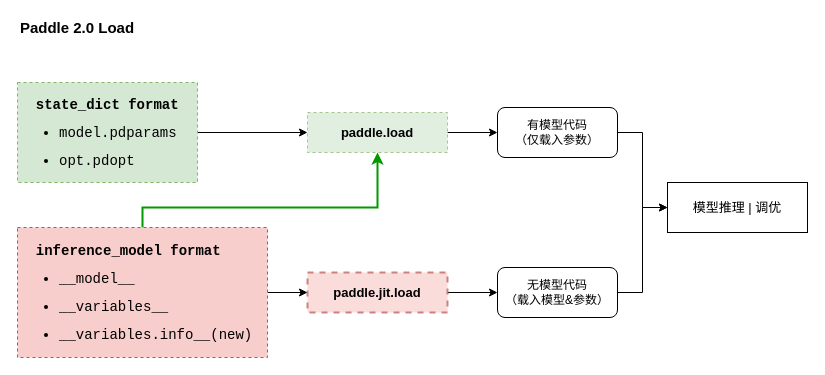
This is page "load2.0" (6 of 6) of save-load.drawio from chenwhql/diagrams, a draw.io file, before an edit. Source tidied: cells renumbered, new cells numbered last; positions are measured from the earlier drawing's top-left corner, leaving out a move shared by most shapes. Both pictures are drawn from the tidied source at 100%, with x=0, y=0 at pixel (17, 17).
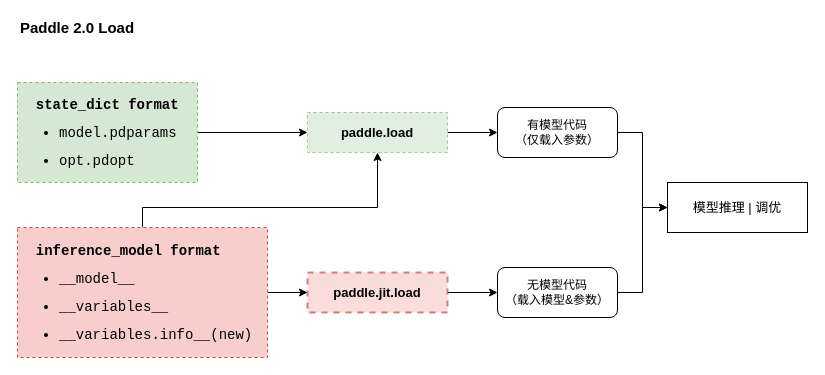
Above is the later version.

Change to the diagram source:
```diff
@@
 <mxGraphModel>
   <root>
     <mxCell id="0" />
     <mxCell id="1" parent="0" />
     <mxCell id="2" style="edgeStyle=orthogonalEdgeStyle;rounded=0;jettySize=auto;html=1;exitX=1;exitY=0.5;exitDx=0;exitDy=0;entryX=0;entryY=0.5;entryDx=0;entryDy=0;fontSize=15;" parent="1" edge="1" source="3" target="13">
       <mxGeometry relative="1" as="geometry" />
     </mxCell>
     <mxCell id="3" value="&lt;span&gt;paddle.load&lt;/span&gt;" style="rounded=0;whiteSpace=wrap;html=1;dashed=1;fontSize=13;opacity=70;fillColor=#d5e8d4;strokeColor=#82b366;fontStyle=1;" parent="1" vertex="1">
       <mxGeometry x="290" y="95" width="140" height="40" as="geometry" />
     </mxCell>
     <mxCell id="4" style="edgeStyle=orthogonalEdgeStyle;rounded=0;jettySize=auto;html=1;exitX=1;exitY=0.5;exitDx=0;exitDy=0;fontSize=15;" parent="1" edge="1" source="5" target="15">
       <mxGeometry relative="1" as="geometry" />
     </mxCell>
     <mxCell id="5" value="&lt;span&gt;paddle.jit.load&lt;/span&gt;" style="rounded=0;whiteSpace=wrap;html=1;dashed=1;fontSize=13;opacity=70;fillColor=#f8cecc;strokeColor=#b85450;strokeWidth=2;fontStyle=1;" parent="1" vertex="1">
       <mxGeometry x="290" y="255" width="140" height="40" as="geometry" />
     </mxCell>
     <mxCell id="6" value="Paddle 2.0 Load" style="text;html=1;strokeColor=none;fillColor=none;align=center;verticalAlign=middle;whiteSpace=wrap;rounded=0;dashed=1;fontSize=15;opacity=70;fontStyle=1;" parent="1" vertex="1">
       <mxGeometry width="120" height="20" as="geometry" />
     </mxCell>
     <mxCell id="7" style="edgeStyle=orthogonalEdgeStyle;rounded=0;jettySize=auto;html=1;exitX=1;exitY=0.5;exitDx=0;exitDy=0;entryX=0;entryY=0.5;entryDx=0;entryDy=0;fontSize=15;" parent="1" edge="1" source="8" target="3">
       <mxGeometry relative="1" as="geometry" />
     </mxCell>
     <mxCell id="8" value="&lt;pre&gt;&lt;pre style=&quot;font-size: 14px ; line-height: 100%&quot;&gt;&lt;font face=&quot;Courier New&quot; style=&quot;font-size: 14px&quot;&gt;&lt;span style=&quot;font-weight: 700 ; text-align: center&quot;&gt;  state_dict&amp;nbsp;&lt;/span&gt;&lt;span style=&quot;font-weight: 700 ; text-align: center&quot;&gt;format&lt;/span&gt;&lt;/font&gt;&lt;ul&gt;&lt;li&gt;model.pdparams&lt;/li&gt;&lt;/ul&gt;&lt;ul&gt;&lt;li&gt;opt.pdopt&lt;/li&gt;&lt;/ul&gt;&lt;/pre&gt;&lt;/pre&gt;" style="text;html=1;fillColor=#d5e8d4;align=left;verticalAlign=middle;whiteSpace=wrap;rounded=0;fontSize=15;dashed=1;strokeWidth=1;strokeColor=#82b366;" parent="1" vertex="1">
       <mxGeometry y="65" width="180" height="100" as="geometry" />
     </mxCell>
     <mxCell id="9" style="edgeStyle=orthogonalEdgeStyle;rounded=0;jettySize=auto;html=1;exitX=1;exitY=0.5;exitDx=0;exitDy=0;entryX=0;entryY=0.5;entryDx=0;entryDy=0;fontSize=15;" parent="1" edge="1" source="11" target="5">
       <mxGeometry relative="1" as="geometry" />
     </mxCell>
-    <mxCell id="10" style="edgeStyle=orthogonalEdgeStyle;rounded=0;jettySize=auto;html=1;exitX=0.5;exitY=0;exitDx=0;exitDy=0;entryX=0.5;entryY=1;entryDx=0;entryDy=0;fontSize=15;strokeWidth=2;strokeColor=#009900;" parent="1" edge="1" source="11" target="3">
+    <mxCell id="10" style="edgeStyle=orthogonalEdgeStyle;rounded=0;jettySize=auto;html=1;exitX=0.5;exitY=0;exitDx=0;exitDy=0;entryX=0.5;entryY=1;entryDx=0;entryDy=0;fontSize=15;strokeWidth=1;" parent="1" edge="1" source="11" target="3">
       <mxGeometry relative="1" as="geometry">
         <Array as="points">
           <mxPoint x="125" y="190" />
           <mxPoint x="360" y="190" />
         </Array>
       </mxGeometry>
     </mxCell>
     <mxCell id="11" value="&lt;pre&gt;&lt;pre style=&quot;font-size: 14px ; line-height: 100%&quot;&gt;&lt;font face=&quot;Courier New&quot; style=&quot;font-size: 14px&quot;&gt;&lt;span style=&quot;font-weight: 700 ; text-align: center&quot;&gt;  inference_model&amp;nbsp;&lt;/span&gt;&lt;span style=&quot;font-weight: 700 ; text-align: center&quot;&gt;format&lt;/span&gt;&lt;/font&gt;&lt;pre&gt;&lt;ul&gt;&lt;li&gt;__model__&lt;/li&gt;&lt;/ul&gt;&lt;ul&gt;&lt;li&gt;__variables__&lt;/li&gt;&lt;/ul&gt;&lt;ul&gt;&lt;li&gt;__variables.info__(new)&lt;/li&gt;&lt;/ul&gt;&lt;/pre&gt;&lt;/pre&gt;&lt;/pre&gt;" style="text;html=1;fillColor=#f8cecc;align=left;verticalAlign=middle;whiteSpace=wrap;rounded=0;fontSize=15;dashed=1;strokeColor=#b85450;strokeWidth=1;" parent="1" vertex="1">
       <mxGeometry y="210" width="250" height="130" as="geometry" />
     </mxCell>
     <mxCell id="12" style="edgeStyle=orthogonalEdgeStyle;rounded=0;jettySize=auto;html=1;exitX=1;exitY=0.5;exitDx=0;exitDy=0;entryX=0;entryY=0.5;entryDx=0;entryDy=0;fontSize=15;" parent="1" edge="1" source="13" target="16">
       <mxGeometry relative="1" as="geometry" />
     </mxCell>
     <mxCell id="13" value="有模型代码&lt;br&gt;（仅载入参数）" style="rounded=1;whiteSpace=wrap;html=1;" parent="1" vertex="1">
       <mxGeometry x="480" y="90" width="120" height="50" as="geometry" />
     </mxCell>
     <mxCell id="14" style="edgeStyle=orthogonalEdgeStyle;rounded=0;jettySize=auto;html=1;exitX=1;exitY=0.5;exitDx=0;exitDy=0;fontSize=15;entryX=0;entryY=0.5;entryDx=0;entryDy=0;" parent="1" edge="1" source="15" target="16">
       <mxGeometry relative="1" as="geometry" />
     </mxCell>
     <mxCell id="15" value="无模型代码&lt;br&gt;（载入模型&amp;amp;参数）" style="rounded=1;whiteSpace=wrap;html=1;" parent="1" vertex="1">
       <mxGeometry x="480" y="250" width="120" height="50" as="geometry" />
     </mxCell>
     <mxCell id="16" value="模型推理 | 调优" style="rounded=0;whiteSpace=wrap;html=1;fontSize=13;" parent="1" vertex="1">
       <mxGeometry x="650" y="165" width="140" height="50" as="geometry" />
     </mxCell>
   </root>
 </mxGraphModel>
```
